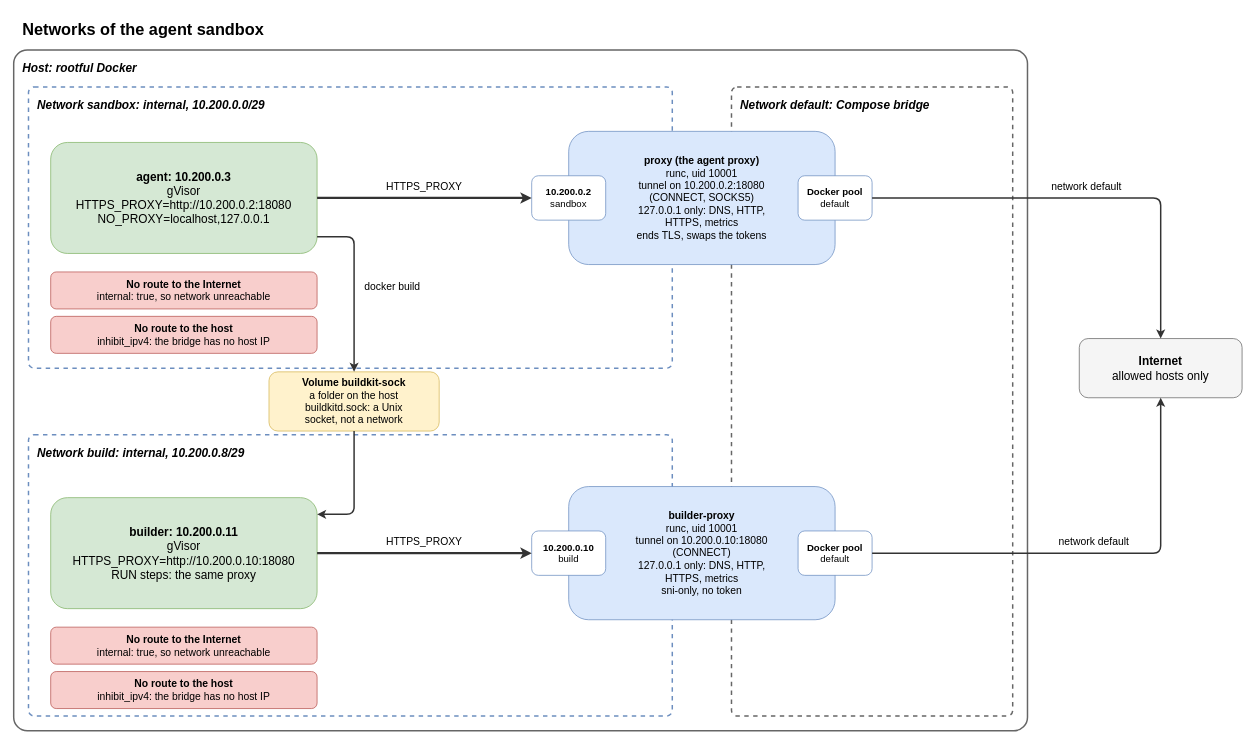
Earlier version of the draw.io diagram .devcontainer/docs/diagrams/network.drawio (raghav19/engineersdaybook). Source tidied: cells renumbered, new cells numbered last; positions are measured from the earlier drawing's top-left corner, leaving out a move shared by most shapes. Both pictures are drawn from the tidied source at 74%, with x=0, y=0 at pixel (13, 13).
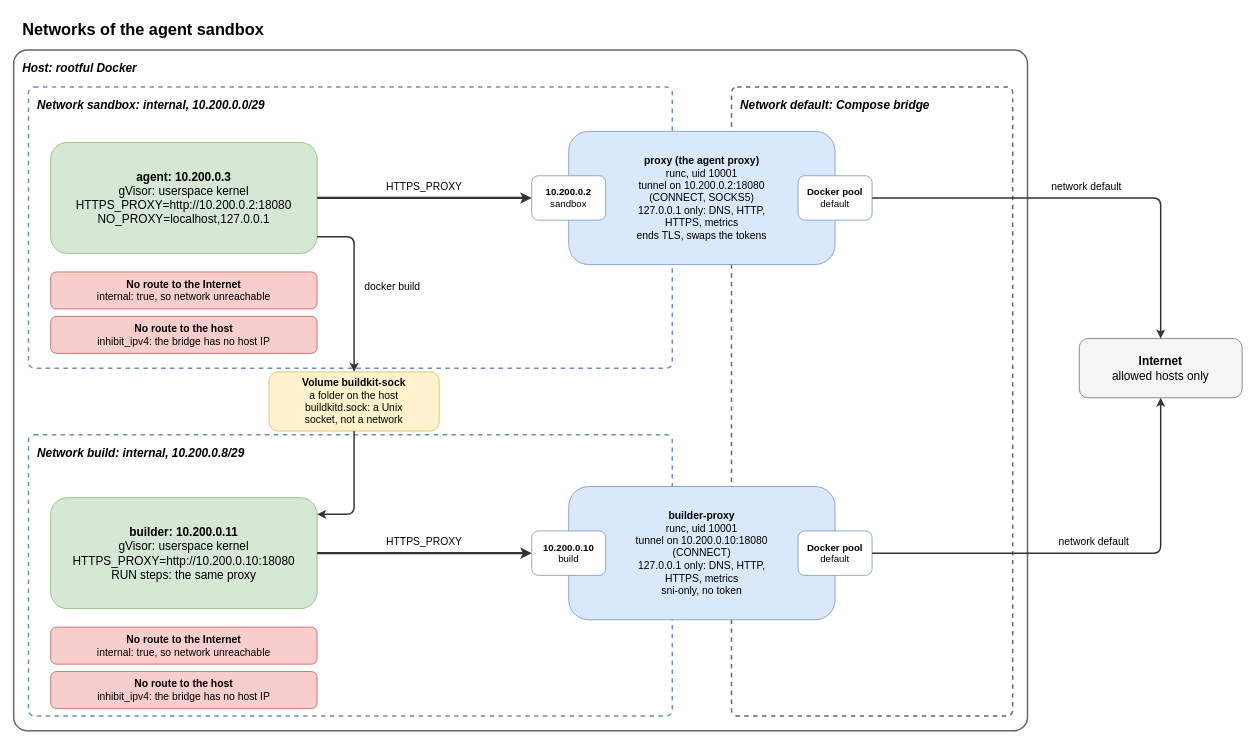
The same diagram, later.

Commit message (it also covers changes not shown here):
docs: key holder outside the host, gVisor as a userspace kernel, readable image update

Diff of the diagram source:
```diff
@@
-    <mxCell id="7" value="&lt;b&gt;agent: 10.200.0.3&lt;/b&gt;&lt;br&gt;gVisor&lt;br&gt;HTTPS_PROXY=http://10.200.0.2:18080&lt;br&gt;NO_PROXY=localhost,127.0.0.1" style="rounded=1;whiteSpace=wrap;html=1;fontSize=16;fillColor=#d5e8d4;strokeColor=#82b366;" parent="1" vertex="1">
+    <mxCell id="7" value="&lt;b&gt;agent: 10.200.0.3&lt;/b&gt;&lt;br&gt;gVisor: userspace kernel&lt;br&gt;HTTPS_PROXY=http://10.200.0.2:18080&lt;br&gt;NO_PROXY=localhost,127.0.0.1" style="rounded=1;whiteSpace=wrap;html=1;fontSize=16;fillColor=#d5e8d4;strokeColor=#82b366;" parent="1" vertex="1">
       <mxGeometry x="50" y="175" width="360" height="150" as="geometry" />
     </mxCell>
@@
-    <mxCell id="14" value="&lt;b&gt;builder: 10.200.0.11&lt;/b&gt;&lt;br&gt;gVisor&lt;br&gt;HTTPS_PROXY=http://10.200.0.10:18080&lt;br&gt;RUN steps: the same proxy" style="rounded=1;whiteSpace=wrap;html=1;fontSize=16;fillColor=#d5e8d4;strokeColor=#82b366;" parent="1" vertex="1">
+    <mxCell id="14" value="&lt;b&gt;builder: 10.200.0.11&lt;/b&gt;&lt;br&gt;gVisor: userspace kernel&lt;br&gt;HTTPS_PROXY=http://10.200.0.10:18080&lt;br&gt;RUN steps: the same proxy" style="rounded=1;whiteSpace=wrap;html=1;fontSize=16;fillColor=#d5e8d4;strokeColor=#82b366;" parent="1" vertex="1">
       <mxGeometry x="50" y="655" width="360" height="150" as="geometry" />
     </mxCell>
```
